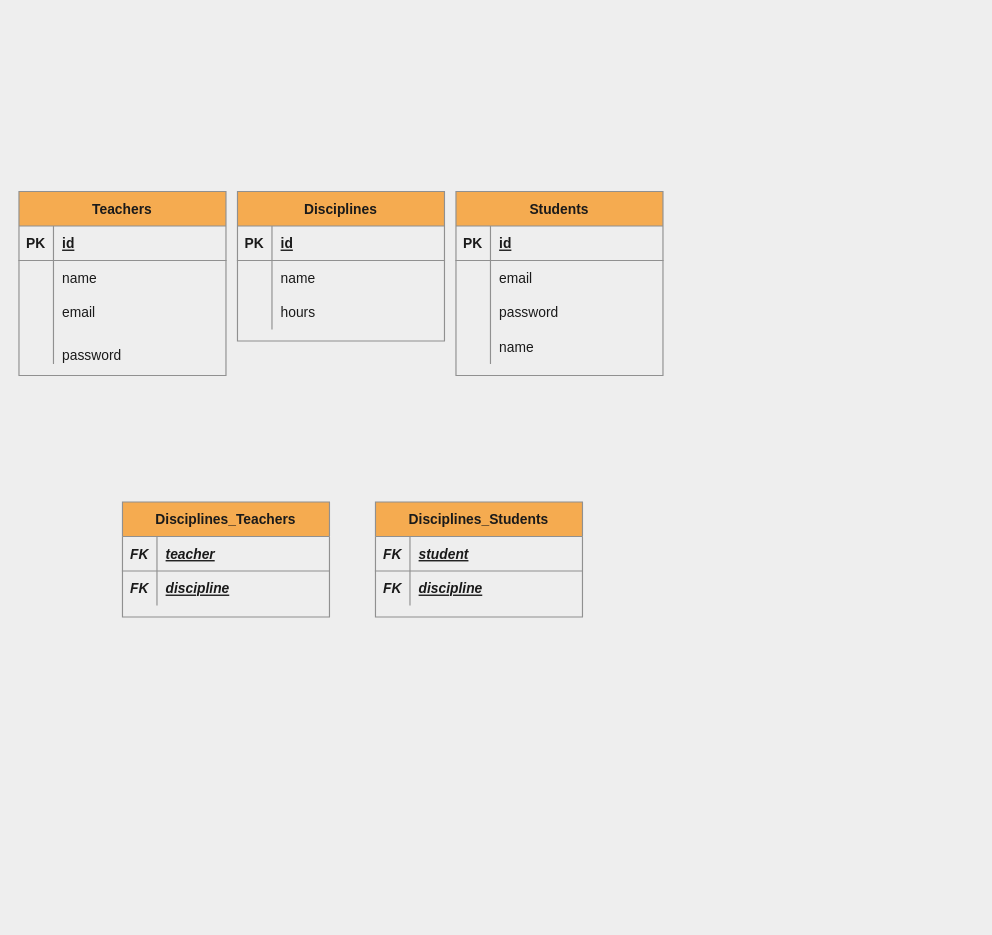
Earlier version of the draw.io diagram database/er.drawio (Chipskein/ds1_laravel). Source tidied: cells renumbered, new cells numbered last; positions are measured from the earlier drawing's top-left corner, leaving out a move shared by most shapes. Both pictures are drawn from the tidied source at 115%, with x=0, y=0 at pixel (18, 191).
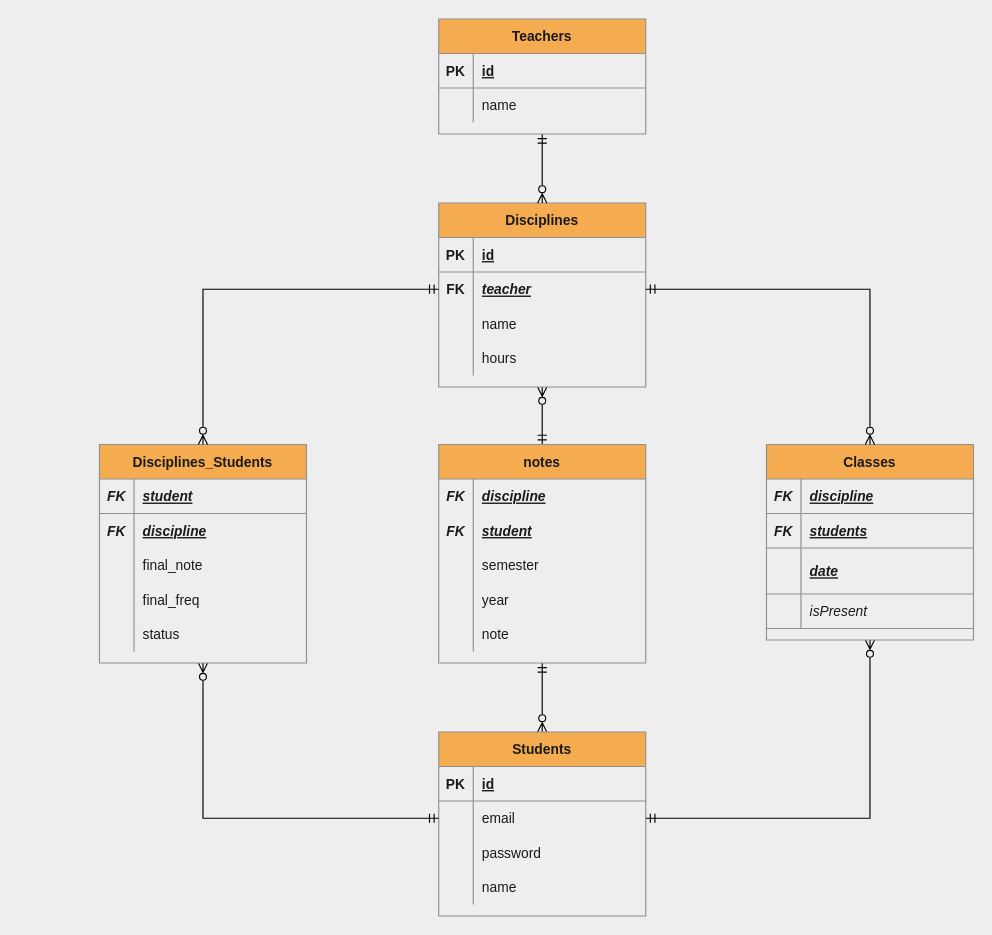
The same page after the edit.

Commit message (it also covers changes not shown here):
arrumando database

The change refers to these unchanged cells:
```xml
<mxCell id="6" style="shape=tableRow;horizontal=0;startSize=0;swimlaneHead=0;swimlaneBody=0;fillColor=none;points=[[0,0.5],[1,0.5]];portConstraint=eastwest;top=0;left=0;right=0;bottom=0;strokeColor=#909090;fontColor=#1A1A1A;" parent="2" vertex="1">
  <mxGeometry y="60" width="180" height="30" as="geometry" />
</mxCell>
<mxCell id="9" style="shape=tableRow;horizontal=0;startSize=0;swimlaneHead=0;swimlaneBody=0;fillColor=none;top=0;left=0;right=0;bottom=0;strokeColor=#909090;fontColor=#1A1A1A;" parent="2" vertex="1">
  <mxGeometry y="90" width="180" height="30" as="geometry" />
</mxCell>
<mxCell id="16" style="shape=tableRow;horizontal=0;startSize=0;swimlaneHead=0;swimlaneBody=0;fillColor=none;points=[[0,0.5],[1,0.5]];portConstraint=eastwest;top=0;left=0;right=0;bottom=0;strokeColor=#909090;fontColor=#1A1A1A;" parent="12" vertex="1">
  <mxGeometry y="60" width="180" height="30" as="geometry" />
</mxCell>
```

The edit, as a diff of the source:
```diff
@@
+    <mxCell id="52" style="edgeStyle=orthogonalEdgeStyle;rounded=0;jettySize=auto;html=1;exitX=0.5;exitY=1;exitDx=0;exitDy=0;entryX=0.5;entryY=0;entryDx=0;entryDy=0;startArrow=ERzeroToMany;startFill=0;endArrow=ERmandOne;endFill=0;" parent="1" edge="1" source="2" target="83">
+      <mxGeometry relative="1" as="geometry" />
+    </mxCell>
     <mxCell id="2" value="Disciplines" style="shape=table;startSize=30;childLayout=tableLayout;rowLines=0;fontStyle=1;align=center;fillColor=#F5AB50;strokeColor=#909090;fontColor=#1A1A1A;" parent="1" vertex="1">
-      <mxGeometry x="190" width="180" height="130" as="geometry" />
+      <mxGeometry x="365" y="10" width="180" height="160" as="geometry" />
     </mxCell>
@@
-    <mxCell id="7" style="shape=partialRectangle;fillColor=none;top=0;left=0;bottom=0;right=0;overflow=hidden;strokeColor=#909090;fontColor=#1A1A1A;" parent="6" vertex="1">
+    <mxCell id="7" value="FK" style="shape=partialRectangle;fillColor=none;top=0;left=0;bottom=0;right=0;overflow=hidden;strokeColor=#909090;fontColor=#1A1A1A;fontStyle=1;" parent="6" vertex="1">
       <mxGeometry width="30" height="30" as="geometry" />
     </mxCell>
-    <mxCell id="8" value="name" style="shape=partialRectangle;fillColor=none;top=0;left=0;bottom=0;right=0;align=left;spacingLeft=6;overflow=hidden;strokeColor=#909090;fontColor=#1A1A1A;" parent="6" vertex="1">
+    <mxCell id="8" value="teacher" style="shape=partialRectangle;fillColor=none;top=0;left=0;bottom=0;right=0;align=left;spacingLeft=6;overflow=hidden;strokeColor=#909090;fontColor=#1A1A1A;fontStyle=7;" parent="6" vertex="1">
       <mxGeometry x="30" width="150" height="30" as="geometry" />
     </mxCell>
@@
-    <mxCell id="11" value="hours" style="shape=partialRectangle;fillColor=none;top=0;left=0;bottom=0;right=0;align=left;spacingLeft=6;overflow=hidden;strokeColor=#909090;fontColor=#1A1A1A;" parent="9" vertex="1">
+    <mxCell id="11" value="name" style="shape=partialRectangle;fillColor=none;top=0;left=0;bottom=0;right=0;align=left;spacingLeft=6;overflow=hidden;strokeColor=#909090;fontColor=#1A1A1A;" parent="9" vertex="1">
       <mxGeometry x="30" width="150" height="30" as="geometry" />
     </mxCell>
+    <mxCell id="53" style="shape=tableRow;horizontal=0;startSize=0;swimlaneHead=0;swimlaneBody=0;fillColor=none;top=0;left=0;right=0;bottom=0;strokeColor=#909090;fontColor=#1A1A1A;" parent="2" vertex="1">
+      <mxGeometry y="120" width="180" height="30" as="geometry" />
+    </mxCell>
+    <mxCell id="54" style="shape=partialRectangle;fillColor=none;top=0;left=0;bottom=0;right=0;overflow=hidden;strokeColor=#909090;fontColor=#1A1A1A;" parent="53" vertex="1">
+      <mxGeometry width="30" height="30" as="geometry" />
+    </mxCell>
+    <mxCell id="55" value="hours" style="shape=partialRectangle;fillColor=none;top=0;left=0;bottom=0;right=0;align=left;spacingLeft=6;overflow=hidden;strokeColor=#909090;fontColor=#1A1A1A;" parent="53" vertex="1">
+      <mxGeometry x="30" width="150" height="30" as="geometry" />
+    </mxCell>
+    <mxCell id="56" style="edgeStyle=orthogonalEdgeStyle;rounded=0;jettySize=auto;html=1;startArrow=ERzeroToMany;startFill=0;endArrow=ERmandOne;endFill=0;" parent="1" edge="1" source="12" target="83">
+      <mxGeometry relative="1" as="geometry" />
+    </mxCell>
     <mxCell id="12" value="Students" style="shape=table;startSize=30;childLayout=tableLayout;rowLines=0;fontStyle=1;align=center;fillColor=#F5AB50;strokeColor=#909090;fontColor=#1A1A1A;" parent="1" vertex="1">
-      <mxGeometry x="380" width="180" height="160" as="geometry" />
+      <mxGeometry x="365" y="470" width="180" height="160" as="geometry" />
     </mxCell>
@@
+    <mxCell id="57" style="edgeStyle=orthogonalEdgeStyle;rounded=0;jettySize=auto;html=1;startArrow=ERmandOne;startFill=0;endArrow=ERzeroToMany;endFill=0;" parent="1" edge="1" source="25" target="2">
+      <mxGeometry relative="1" as="geometry" />
+    </mxCell>
     <mxCell id="25" value="Teachers" style="shape=table;startSize=30;childLayout=tableLayout;rowLines=0;fontStyle=1;align=center;fillColor=#F5AB50;strokeColor=#909090;fontColor=#1A1A1A;" parent="1" vertex="1">
-      <mxGeometry width="180" height="160" as="geometry" />
+      <mxGeometry x="365" y="-150" width="180" height="100" as="geometry" />
     </mxCell>
@@
-    <mxCell id="32" style="shape=tableRow;horizontal=0;startSize=0;swimlaneHead=0;swimlaneBody=0;fillColor=none;top=0;left=0;right=0;bottom=0;strokeColor=#909090;fontColor=#1A1A1A;" parent="25" vertex="1">
-      <mxGeometry y="90" width="180" height="30" as="geometry" />
-    </mxCell>
-    <mxCell id="33" style="shape=partialRectangle;fillColor=none;top=0;left=0;bottom=0;right=0;overflow=hidden;strokeColor=#909090;fontColor=#1A1A1A;" parent="32" vertex="1">
-      <mxGeometry width="30" height="30" as="geometry" />
-    </mxCell>
-    <mxCell id="34" value="email" style="shape=partialRectangle;fillColor=none;top=0;left=0;bottom=0;right=0;align=left;spacingLeft=6;overflow=hidden;strokeColor=#909090;fontColor=#1A1A1A;" parent="32" vertex="1">
-      <mxGeometry x="30" width="150" height="30" as="geometry" />
-    </mxCell>
-    <mxCell id="35" style="shape=tableRow;horizontal=0;startSize=0;swimlaneHead=0;swimlaneBody=0;fillColor=none;top=0;left=0;right=0;bottom=0;strokeColor=#909090;fontColor=#1A1A1A;" parent="25" vertex="1">
-      <mxGeometry y="120" width="180" height="30" as="geometry" />
-    </mxCell>
-    <mxCell id="36" style="shape=partialRectangle;fillColor=none;top=0;left=0;bottom=0;right=0;overflow=hidden;strokeColor=#909090;fontColor=#1A1A1A;" parent="35" vertex="1">
-      <mxGeometry width="30" height="30" as="geometry" />
-    </mxCell>
-    <mxCell id="37" value="&#10;password&#10;" style="shape=partialRectangle;fillColor=none;top=0;left=0;bottom=0;right=0;align=left;spacingLeft=6;overflow=hidden;strokeColor=#909090;fontColor=#1A1A1A;" parent="35" vertex="1">
-      <mxGeometry x="30" width="150" height="30" as="geometry" />
-    </mxCell>
-    <mxCell id="38" value="Disciplines_Teachers" style="shape=table;startSize=30;childLayout=tableLayout;rowLines=0;fontStyle=1;align=center;fillColor=#F5AB50;strokeColor=#909090;fontColor=#1A1A1A;" parent="1" vertex="1">
-      <mxGeometry x="90" y="270" width="180" height="100" as="geometry" />
-    </mxCell>
-    <mxCell id="39" style="shape=tableRow;horizontal=0;startSize=0;swimlaneHead=0;swimlaneBody=0;fillColor=none;top=0;left=0;right=0;bottom=1;strokeColor=#909090;fontColor=#1A1A1A;" parent="38" vertex="1">
-      <mxGeometry y="30" width="180" height="30" as="geometry" />
-    </mxCell>
-    <mxCell id="40" value="FK" style="shape=partialRectangle;fillColor=none;top=0;left=0;bottom=0;right=0;fontStyle=3;overflow=hidden;strokeColor=#909090;fontColor=#1A1A1A;" parent="39" vertex="1">
-      <mxGeometry width="30" height="30" as="geometry" />
-    </mxCell>
-    <mxCell id="41" value="teacher" style="shape=partialRectangle;fillColor=none;top=0;left=0;bottom=0;right=0;align=left;spacingLeft=6;fontStyle=7;overflow=hidden;strokeColor=#909090;fontColor=#1A1A1A;" parent="39" vertex="1">
-      <mxGeometry x="30" width="150" height="30" as="geometry" />
-    </mxCell>
-    <mxCell id="42" style="shape=tableRow;horizontal=0;startSize=0;swimlaneHead=0;swimlaneBody=0;fillColor=none;top=0;left=0;right=0;bottom=0;strokeColor=#909090;fontColor=#1A1A1A;" parent="38" vertex="1">
-      <mxGeometry y="60" width="180" height="30" as="geometry" />
-    </mxCell>
-    <mxCell id="43" value="FK" style="shape=partialRectangle;fillColor=none;top=0;left=0;bottom=0;right=0;overflow=hidden;strokeColor=#909090;fontColor=#1A1A1A;fontStyle=3;" parent="42" vertex="1">
-      <mxGeometry width="30" height="30" as="geometry" />
-    </mxCell>
-    <mxCell id="44" value="discipline" style="shape=partialRectangle;fillColor=none;top=0;left=0;bottom=0;right=0;align=left;spacingLeft=6;overflow=hidden;strokeColor=#909090;fontColor=#1A1A1A;fontStyle=7;" parent="42" vertex="1">
-      <mxGeometry x="30" width="150" height="30" as="geometry" />
-    </mxCell>
+    <mxCell id="58" style="edgeStyle=orthogonalEdgeStyle;rounded=0;jettySize=auto;html=1;exitX=0.5;exitY=1;exitDx=0;exitDy=0;entryX=0;entryY=0.5;entryDx=0;entryDy=0;startArrow=ERzeroToMany;startFill=0;endArrow=ERmandOne;endFill=0;" parent="1" edge="1" source="45" target="16">
+      <mxGeometry relative="1" as="geometry" />
+    </mxCell>
     <mxCell id="45" value="Disciplines_Students" style="shape=table;startSize=30;childLayout=tableLayout;rowLines=0;fontStyle=1;align=center;fillColor=#F5AB50;strokeColor=#909090;fontColor=#1A1A1A;" parent="1" vertex="1">
-      <mxGeometry x="310" y="270" width="180" height="100" as="geometry" />
+      <mxGeometry x="70" y="220" width="180" height="190" as="geometry" />
     </mxCell>
@@
+    <mxCell id="59" style="shape=tableRow;horizontal=0;startSize=0;swimlaneHead=0;swimlaneBody=0;fillColor=none;top=0;left=0;right=0;bottom=0;strokeColor=#909090;fontColor=#1A1A1A;" parent="45" vertex="1">
+      <mxGeometry y="90" width="180" height="30" as="geometry" />
+    </mxCell>
+    <mxCell id="60" style="shape=partialRectangle;fillColor=none;top=0;left=0;bottom=0;right=0;overflow=hidden;strokeColor=#909090;fontColor=#1A1A1A;fontStyle=3;" parent="59" vertex="1">
+      <mxGeometry width="30" height="30" as="geometry" />
+    </mxCell>
+    <mxCell id="61" value="final_note" style="shape=partialRectangle;fillColor=none;top=0;left=0;bottom=0;right=0;align=left;spacingLeft=6;overflow=hidden;strokeColor=#909090;fontColor=#1A1A1A;fontStyle=0;" parent="59" vertex="1">
+      <mxGeometry x="30" width="150" height="30" as="geometry" />
+    </mxCell>
+    <mxCell id="62" style="shape=tableRow;horizontal=0;startSize=0;swimlaneHead=0;swimlaneBody=0;fillColor=none;top=0;left=0;right=0;bottom=0;strokeColor=#909090;fontColor=#1A1A1A;" parent="45" vertex="1">
+      <mxGeometry y="120" width="180" height="30" as="geometry" />
+    </mxCell>
+    <mxCell id="63" style="shape=partialRectangle;fillColor=none;top=0;left=0;bottom=0;right=0;overflow=hidden;strokeColor=#909090;fontColor=#1A1A1A;fontStyle=3;" parent="62" vertex="1">
+      <mxGeometry width="30" height="30" as="geometry" />
+    </mxCell>
+    <mxCell id="64" value="final_freq" style="shape=partialRectangle;fillColor=none;top=0;left=0;bottom=0;right=0;align=left;spacingLeft=6;overflow=hidden;strokeColor=#909090;fontColor=#1A1A1A;fontStyle=0;" parent="62" vertex="1">
+      <mxGeometry x="30" width="150" height="30" as="geometry" />
+    </mxCell>
+    <mxCell id="65" style="shape=tableRow;horizontal=0;startSize=0;swimlaneHead=0;swimlaneBody=0;fillColor=none;top=0;left=0;right=0;bottom=0;strokeColor=#909090;fontColor=#1A1A1A;" parent="45" vertex="1">
+      <mxGeometry y="150" width="180" height="30" as="geometry" />
+    </mxCell>
+    <mxCell id="66" style="shape=partialRectangle;fillColor=none;top=0;left=0;bottom=0;right=0;overflow=hidden;strokeColor=#909090;fontColor=#1A1A1A;fontStyle=3;" parent="65" vertex="1">
+      <mxGeometry width="30" height="30" as="geometry" />
+    </mxCell>
+    <mxCell id="67" value="status" style="shape=partialRectangle;fillColor=none;top=0;left=0;bottom=0;right=0;align=left;spacingLeft=6;overflow=hidden;strokeColor=#909090;fontColor=#1A1A1A;fontStyle=0;" parent="65" vertex="1">
+      <mxGeometry x="30" width="150" height="30" as="geometry" />
+    </mxCell>
+    <mxCell id="68" style="edgeStyle=orthogonalEdgeStyle;rounded=0;jettySize=auto;html=1;exitX=0.5;exitY=1;exitDx=0;exitDy=0;entryX=1;entryY=0.5;entryDx=0;entryDy=0;startArrow=ERzeroToMany;startFill=0;endArrow=ERmandOne;endFill=0;" parent="1" edge="1" source="69" target="16">
+      <mxGeometry relative="1" as="geometry" />
+    </mxCell>
+    <mxCell id="69" value="Classes" style="shape=table;startSize=30;childLayout=tableLayout;rowLines=0;fontStyle=1;align=center;fillColor=#F5AB50;strokeColor=#909090;fontColor=#1A1A1A;" parent="1" vertex="1">
+      <mxGeometry x="650" y="220" width="180" height="170" as="geometry" />
+    </mxCell>
+    <mxCell id="39" style="shape=tableRow;horizontal=0;startSize=0;swimlaneHead=0;swimlaneBody=0;fillColor=none;top=0;left=0;right=0;bottom=1;strokeColor=#909090;fontColor=#1A1A1A;" parent="69" vertex="1">
+      <mxGeometry y="30" width="180" height="30" as="geometry" />
+    </mxCell>
+    <mxCell id="70" value="FK" style="shape=partialRectangle;fillColor=none;top=0;left=0;bottom=0;right=0;fontStyle=3;overflow=hidden;strokeColor=#909090;fontColor=#1A1A1A;" parent="39" vertex="1">
+      <mxGeometry width="30" height="30" as="geometry" />
+    </mxCell>
+    <mxCell id="71" value="discipline" style="shape=partialRectangle;fillColor=none;top=0;left=0;bottom=0;right=0;align=left;spacingLeft=6;fontStyle=7;overflow=hidden;strokeColor=#909090;fontColor=#1A1A1A;" parent="39" vertex="1">
+      <mxGeometry x="30" width="150" height="30" as="geometry" />
+    </mxCell>
+    <mxCell id="72" style="shape=tableRow;horizontal=0;startSize=0;swimlaneHead=0;swimlaneBody=0;fillColor=none;top=0;left=0;right=0;bottom=1;strokeColor=#909090;fontColor=#1A1A1A;" parent="69" vertex="1">
+      <mxGeometry y="60" width="180" height="30" as="geometry" />
+    </mxCell>
+    <mxCell id="73" value="FK" style="shape=partialRectangle;fillColor=none;top=0;left=0;bottom=0;right=0;fontStyle=3;overflow=hidden;strokeColor=#909090;fontColor=#1A1A1A;" parent="72" vertex="1">
+      <mxGeometry width="30" height="30" as="geometry" />
+    </mxCell>
+    <mxCell id="74" value="students" style="shape=partialRectangle;fillColor=none;top=0;left=0;bottom=0;right=0;align=left;spacingLeft=6;fontStyle=7;overflow=hidden;strokeColor=#909090;fontColor=#1A1A1A;" parent="72" vertex="1">
+      <mxGeometry x="30" width="150" height="30" as="geometry" />
+    </mxCell>
+    <mxCell id="75" style="shape=tableRow;horizontal=0;startSize=0;swimlaneHead=0;swimlaneBody=0;fillColor=none;top=0;left=0;right=0;bottom=1;strokeColor=#909090;fontColor=#1A1A1A;" parent="69" vertex="1">
+      <mxGeometry y="90" width="180" height="40" as="geometry" />
+    </mxCell>
+    <mxCell id="76" style="shape=partialRectangle;fillColor=none;top=0;left=0;bottom=0;right=0;fontStyle=3;overflow=hidden;strokeColor=#909090;fontColor=#1A1A1A;" parent="75" vertex="1">
+      <mxGeometry width="30" height="40" as="geometry" />
+    </mxCell>
+    <mxCell id="77" value="date" style="shape=partialRectangle;fillColor=none;top=0;left=0;bottom=0;right=0;align=left;spacingLeft=6;fontStyle=7;overflow=hidden;strokeColor=#909090;fontColor=#1A1A1A;" parent="75" vertex="1">
+      <mxGeometry x="30" width="150" height="40" as="geometry" />
+    </mxCell>
+    <mxCell id="78" style="shape=tableRow;horizontal=0;startSize=0;swimlaneHead=0;swimlaneBody=0;fillColor=none;top=0;left=0;right=0;bottom=1;strokeColor=#909090;fontColor=#1A1A1A;" parent="69" vertex="1">
+      <mxGeometry y="130" width="180" height="30" as="geometry" />
+    </mxCell>
+    <mxCell id="79" style="shape=partialRectangle;fillColor=none;top=0;left=0;bottom=0;right=0;fontStyle=1;overflow=hidden;strokeColor=#909090;fontColor=#1A1A1A;" parent="78" vertex="1">
+      <mxGeometry width="30" height="30" as="geometry" />
+    </mxCell>
+    <mxCell id="80" value="isPresent" style="shape=partialRectangle;fillColor=none;top=0;left=0;bottom=0;right=0;align=left;spacingLeft=6;fontStyle=2;overflow=hidden;strokeColor=#909090;fontColor=#1A1A1A;" parent="78" vertex="1">
+      <mxGeometry x="30" width="150" height="30" as="geometry" />
+    </mxCell>
+    <mxCell id="81" style="edgeStyle=orthogonalEdgeStyle;rounded=0;jettySize=auto;html=1;exitX=0;exitY=0.5;exitDx=0;exitDy=0;entryX=0.5;entryY=0;entryDx=0;entryDy=0;startArrow=ERmandOne;startFill=0;endArrow=ERzeroToMany;endFill=0;" parent="1" edge="1" source="6" target="45">
+      <mxGeometry relative="1" as="geometry" />
+    </mxCell>
+    <mxCell id="82" style="edgeStyle=orthogonalEdgeStyle;rounded=0;jettySize=auto;html=1;exitX=1;exitY=0.5;exitDx=0;exitDy=0;entryX=0.5;entryY=0;entryDx=0;entryDy=0;startArrow=ERmandOne;startFill=0;endArrow=ERzeroToMany;endFill=0;" parent="1" edge="1" source="6" target="69">
+      <mxGeometry relative="1" as="geometry" />
+    </mxCell>
+    <mxCell id="83" value="notes" style="shape=table;startSize=30;childLayout=tableLayout;rowLines=0;fontStyle=1;align=center;fillColor=#F5AB50;strokeColor=#909090;fontColor=#1A1A1A;" parent="1" vertex="1">
+      <mxGeometry x="365" y="220" width="180" height="190" as="geometry" />
+    </mxCell>
+    <mxCell id="84" style="shape=tableRow;horizontal=0;startSize=0;swimlaneHead=0;swimlaneBody=0;fillColor=none;top=0;left=0;right=0;bottom=0;strokeColor=#909090;fontColor=#1A1A1A;" parent="83" vertex="1">
+      <mxGeometry y="30" width="180" height="30" as="geometry" />
+    </mxCell>
+    <mxCell id="85" value="FK" style="shape=partialRectangle;fillColor=none;top=0;left=0;bottom=0;right=0;overflow=hidden;strokeColor=#909090;fontColor=#1A1A1A;fontStyle=3;" parent="84" vertex="1">
+      <mxGeometry width="30" height="30" as="geometry" />
+    </mxCell>
+    <mxCell id="44" value="discipline" style="shape=partialRectangle;fillColor=none;top=0;left=0;bottom=0;right=0;align=left;spacingLeft=6;overflow=hidden;strokeColor=#909090;fontColor=#1A1A1A;fontStyle=7;" parent="84" vertex="1">
+      <mxGeometry x="30" width="150" height="30" as="geometry" />
+    </mxCell>
+    <mxCell id="42" style="shape=tableRow;horizontal=0;startSize=0;swimlaneHead=0;swimlaneBody=0;fillColor=none;top=0;left=0;right=0;bottom=0;strokeColor=#909090;fontColor=#1A1A1A;" parent="83" vertex="1">
+      <mxGeometry y="60" width="180" height="30" as="geometry" />
+    </mxCell>
+    <mxCell id="86" value="FK" style="shape=partialRectangle;fillColor=none;top=0;left=0;bottom=0;right=0;overflow=hidden;strokeColor=#909090;fontColor=#1A1A1A;fontStyle=3;" parent="42" vertex="1">
+      <mxGeometry width="30" height="30" as="geometry" />
+    </mxCell>
+    <mxCell id="87" value="student" style="shape=partialRectangle;fillColor=none;top=0;left=0;bottom=0;right=0;align=left;spacingLeft=6;overflow=hidden;strokeColor=#909090;fontColor=#1A1A1A;fontStyle=7;" parent="42" vertex="1">
+      <mxGeometry x="30" width="150" height="30" as="geometry" />
+    </mxCell>
+    <mxCell id="88" style="shape=tableRow;horizontal=0;startSize=0;swimlaneHead=0;swimlaneBody=0;fillColor=none;top=0;left=0;right=0;bottom=0;strokeColor=#909090;fontColor=#1A1A1A;" parent="83" vertex="1">
+      <mxGeometry y="90" width="180" height="30" as="geometry" />
+    </mxCell>
+    <mxCell id="89" style="shape=partialRectangle;fillColor=none;top=0;left=0;bottom=0;right=0;overflow=hidden;strokeColor=#909090;fontColor=#1A1A1A;" parent="88" vertex="1">
+      <mxGeometry width="30" height="30" as="geometry" />
+    </mxCell>
+    <mxCell id="90" value="semester" style="shape=partialRectangle;fillColor=none;top=0;left=0;bottom=0;right=0;align=left;spacingLeft=6;overflow=hidden;strokeColor=#909090;fontColor=#1A1A1A;" parent="88" vertex="1">
+      <mxGeometry x="30" width="150" height="30" as="geometry" />
+    </mxCell>
+    <mxCell id="91" style="shape=tableRow;horizontal=0;startSize=0;swimlaneHead=0;swimlaneBody=0;fillColor=none;top=0;left=0;right=0;bottom=0;strokeColor=#909090;fontColor=#1A1A1A;" parent="83" vertex="1">
+      <mxGeometry y="120" width="180" height="30" as="geometry" />
+    </mxCell>
+    <mxCell id="92" style="shape=partialRectangle;fillColor=none;top=0;left=0;bottom=0;right=0;overflow=hidden;strokeColor=#909090;fontColor=#1A1A1A;" parent="91" vertex="1">
+      <mxGeometry width="30" height="30" as="geometry" />
+    </mxCell>
+    <mxCell id="93" value="year" style="shape=partialRectangle;fillColor=none;top=0;left=0;bottom=0;right=0;align=left;spacingLeft=6;overflow=hidden;strokeColor=#909090;fontColor=#1A1A1A;" parent="91" vertex="1">
+      <mxGeometry x="30" width="150" height="30" as="geometry" />
+    </mxCell>
+    <mxCell id="94" style="shape=tableRow;horizontal=0;startSize=0;swimlaneHead=0;swimlaneBody=0;fillColor=none;top=0;left=0;right=0;bottom=0;strokeColor=#909090;fontColor=#1A1A1A;" parent="83" vertex="1">
+      <mxGeometry y="150" width="180" height="30" as="geometry" />
+    </mxCell>
+    <mxCell id="95" style="shape=partialRectangle;fillColor=none;top=0;left=0;bottom=0;right=0;overflow=hidden;strokeColor=#909090;fontColor=#1A1A1A;" parent="94" vertex="1">
+      <mxGeometry width="30" height="30" as="geometry" />
+    </mxCell>
+    <mxCell id="96" value="note" style="shape=partialRectangle;fillColor=none;top=0;left=0;bottom=0;right=0;align=left;spacingLeft=6;overflow=hidden;strokeColor=#909090;fontColor=#1A1A1A;" parent="94" vertex="1">
+      <mxGeometry x="30" width="150" height="30" as="geometry" />
+    </mxCell>
```
